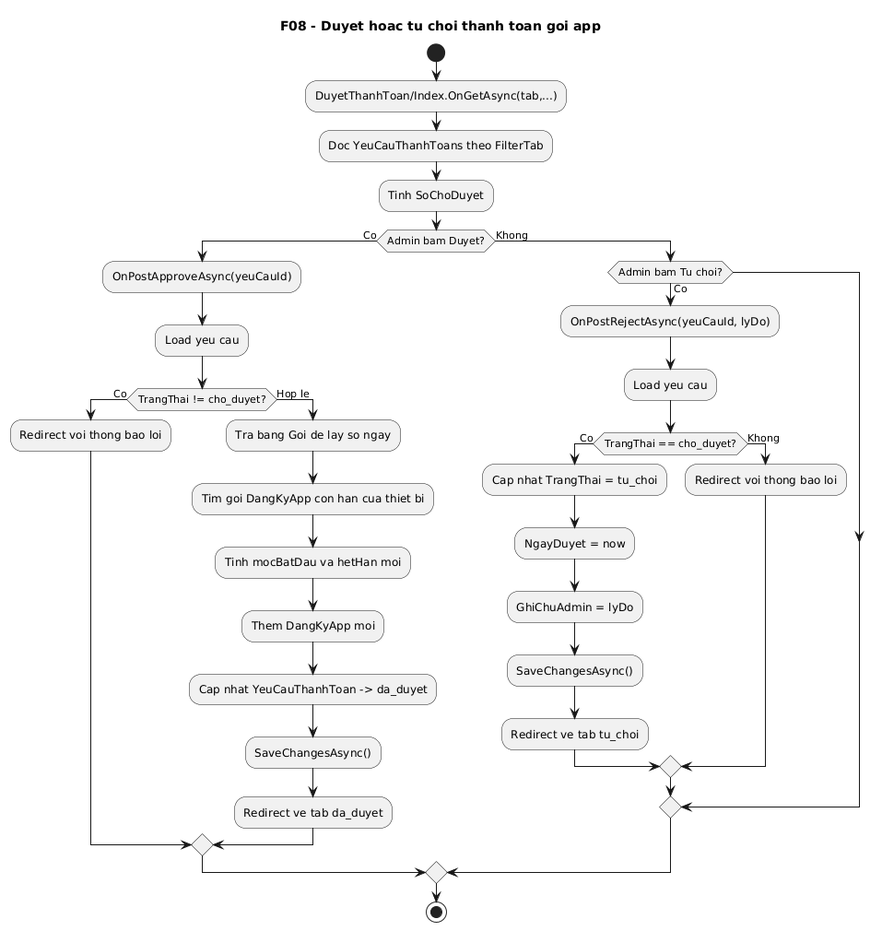
This is docs/diagrams/png/08-app-payment-approval-activity.png from VoBao182/PhoAmThuc, a PlantUML export, as it was before one commit.
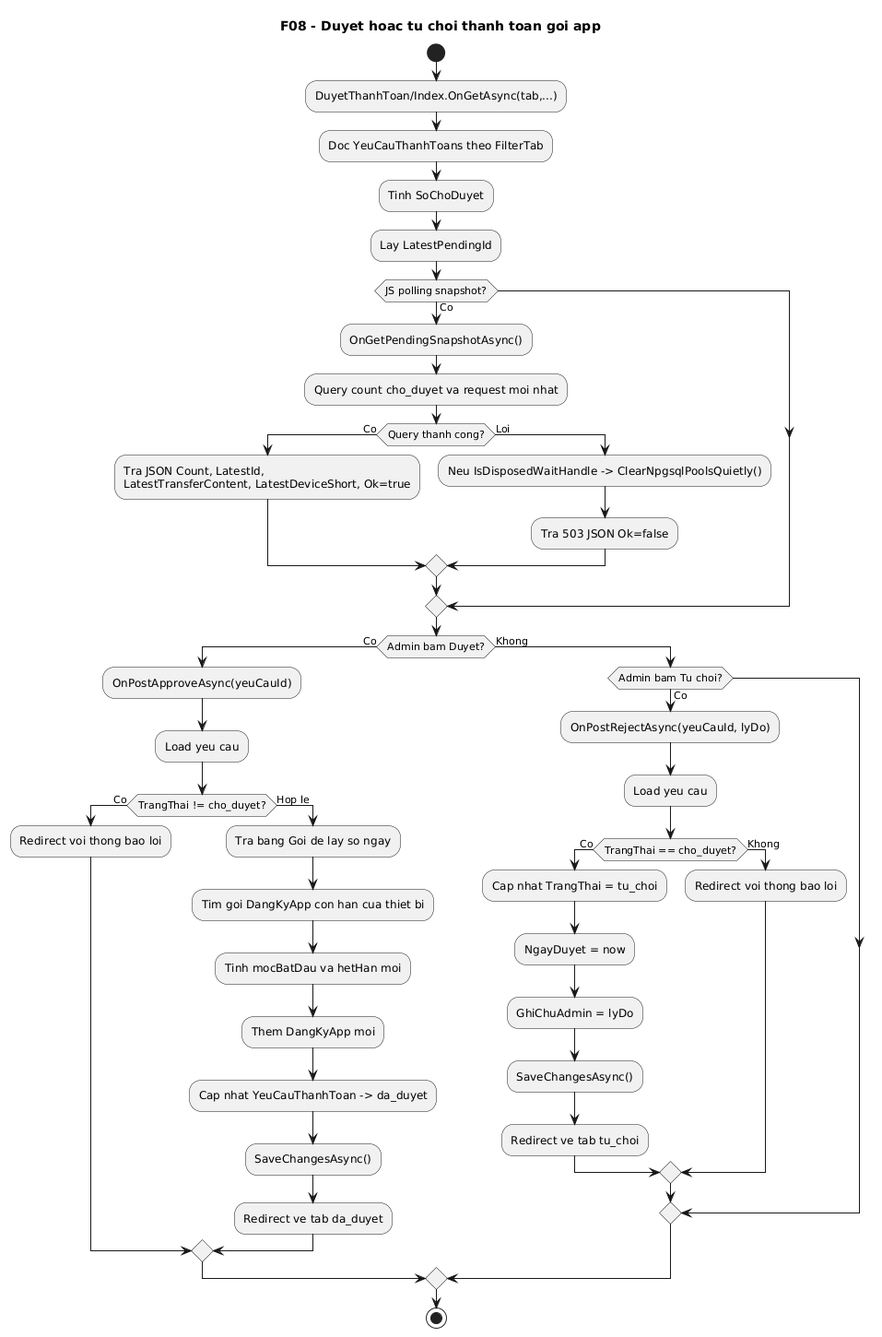
The same diagram one commit later.

What changed in the source:
```diff
@@ -4,6 +4,18 @@
 :DuyetThanhToan/Index.OnGetAsync(tab,...);
 :Doc YeuCauThanhToans theo FilterTab;
 :Tinh SoChoDuyet;
+:Lay LatestPendingId;
+
+if (JS polling snapshot?) then (Co)
+  :OnGetPendingSnapshotAsync();
+  :Query count cho_duyet va request moi nhat;
+  if (Query thanh cong?) then (Co)
+    :Tra JSON Count, LatestId,\nLatestTransferContent, LatestDeviceShort, Ok=true;
+  else (Loi)
+    :Neu IsDisposedWaitHandle -> ClearNpgsqlPoolsQuietly();
+    :Tra 503 JSON Ok=false;
+  endif
+endif
 
 if (Admin bam Duyet?) then (Co)
   :OnPostApproveAsync(yeuCauId);
```
